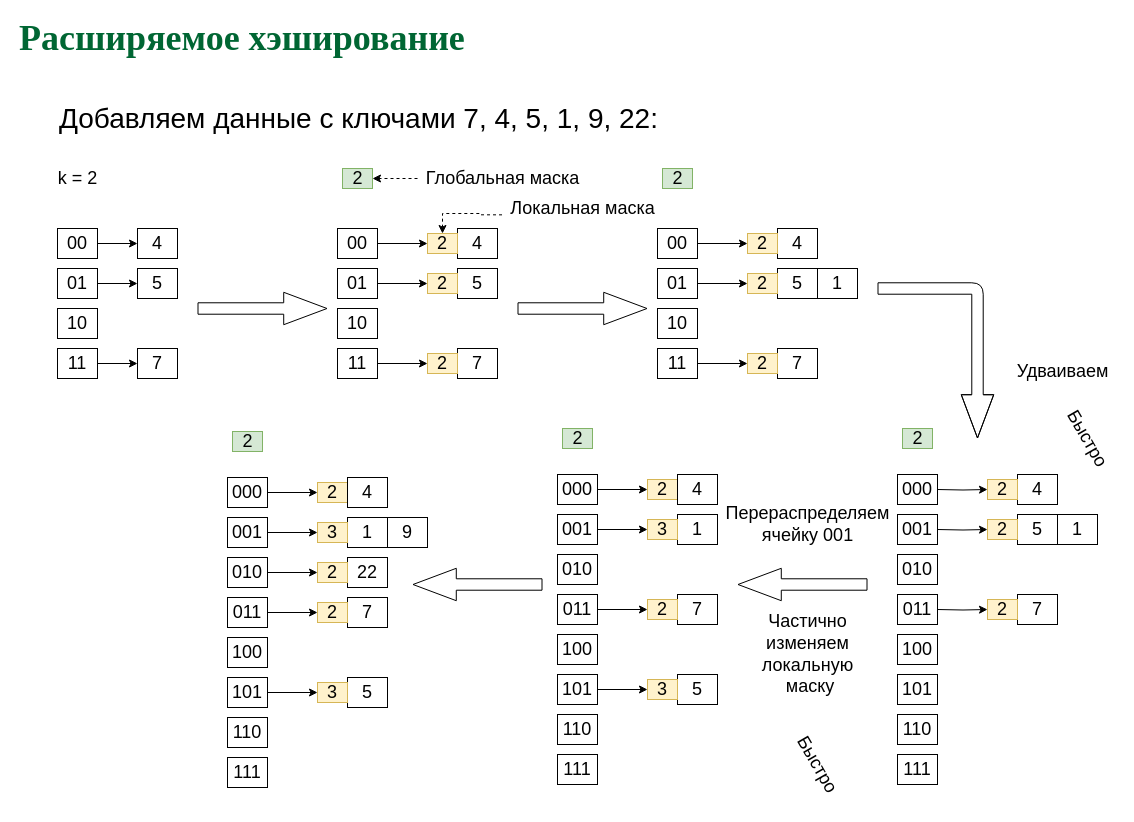
Earlier version of the draw.io diagram page "p19" (19 of 25) of slides/dynhash.drawio (amcp-pit/db_course). Source tidied: cells renumbered, new cells numbered last; positions are measured from the earlier drawing's top-left corner, leaving out a move shared by most shapes. Both pictures are drawn from the tidied source at 100%, with x=0, y=0 at pixel (17, 28).
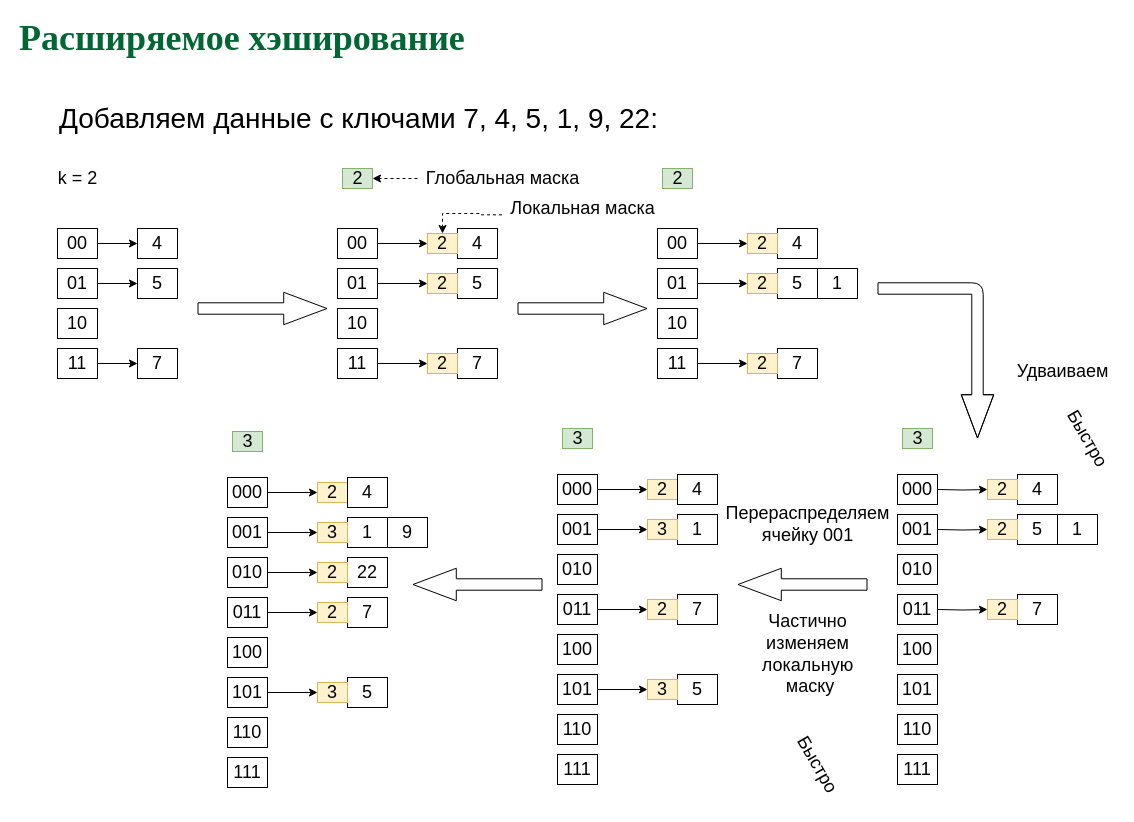
After the change.

Diff of the diagram source:
```diff
@@
-    <mxCell id="16" value="&lt;font style=&quot;font-size: 18px&quot;&gt;2&lt;/font&gt;" style="text;html=1;align=center;verticalAlign=middle;fillColor=#d5e8d4;strokeColor=#82b366;" parent="1" vertex="1">
+    <mxCell id="16" value="&lt;font style=&quot;font-size: 18px&quot;&gt;3&lt;/font&gt;" style="text;html=1;align=center;verticalAlign=middle;fillColor=#d5e8d4;strokeColor=#82b366;" parent="1" vertex="1">
       <mxGeometry x="545" y="400" width="30" height="20" as="geometry" />
     </mxCell>
@@
-    <mxCell id="91" value="&lt;font style=&quot;font-size: 18px&quot;&gt;2&lt;/font&gt;" style="text;html=1;align=center;verticalAlign=middle;fillColor=#d5e8d4;strokeColor=#82b366;" parent="1" vertex="1">
+    <mxCell id="91" value="&lt;font style=&quot;font-size: 18px&quot;&gt;3&lt;/font&gt;" style="text;html=1;align=center;verticalAlign=middle;fillColor=#d5e8d4;strokeColor=#82b366;" parent="1" vertex="1">
       <mxGeometry x="885" y="400" width="30" height="20" as="geometry" />
     </mxCell>
@@
-    <mxCell id="96" value="&lt;font style=&quot;font-size: 18px&quot;&gt;2&lt;/font&gt;" style="text;html=1;align=center;verticalAlign=middle;fillColor=#d5e8d4;strokeColor=#82b366;" parent="1" vertex="1">
+    <mxCell id="96" value="&lt;font style=&quot;font-size: 18px&quot;&gt;3&lt;/font&gt;" style="text;html=1;align=center;verticalAlign=middle;fillColor=#d5e8d4;strokeColor=#82b366;" parent="1" vertex="1">
       <mxGeometry x="215" y="403" width="30" height="20" as="geometry" />
     </mxCell>
```
